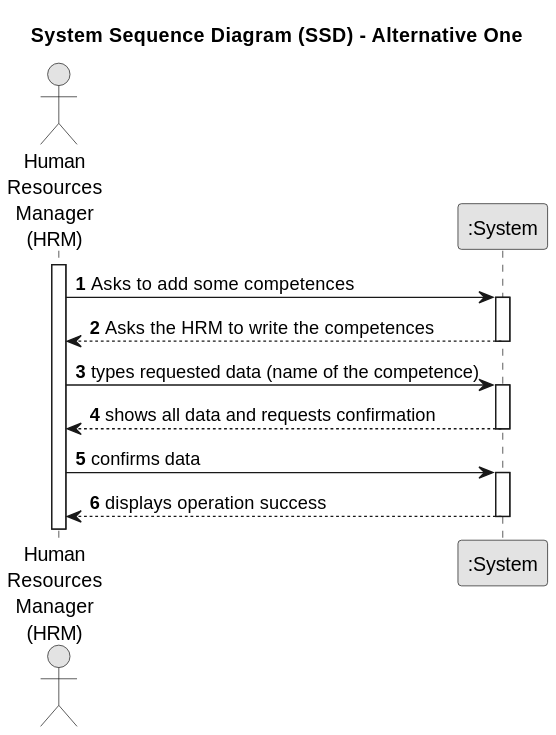
Earlier version of the PlantUML export docs/sprintA/us001/01.requirements-engineering/svg/us001-system-sequence-diagram-alternative-one.svg (diogoveirospro/lei-24-s2-1dg-g072).
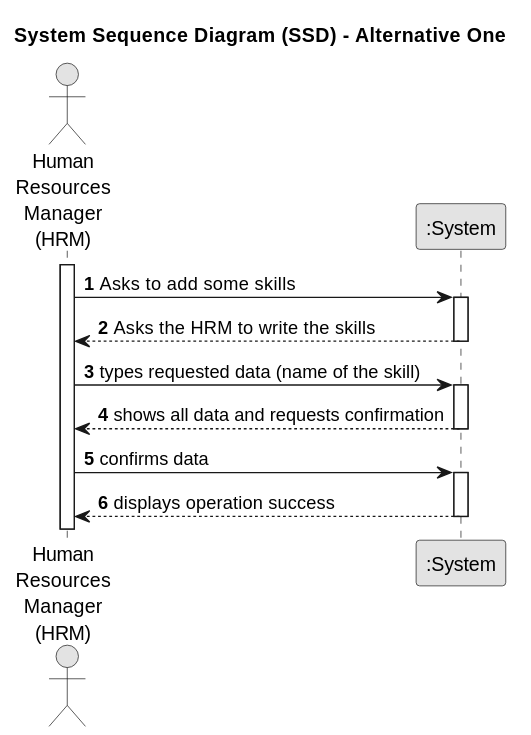
The same diagram one commit later.

Diff of the diagram source:
```diff
@@ -12,13 +12,13 @@
 
 activate Employee
 
-    Employee -> System : Asks to add some competences
+    Employee -> System : Asks to add some skills
     activate System
 
-        System --> Employee : Asks the HRM to write the competences
+        System --> Employee : Asks the HRM to write the skills
     deactivate System
 
-    Employee -> System : types requested data (name of the competence)
+    Employee -> System : types requested data (name of the skill)
     activate System
 
         System --> Employee : shows all data and requests confirmation
```
